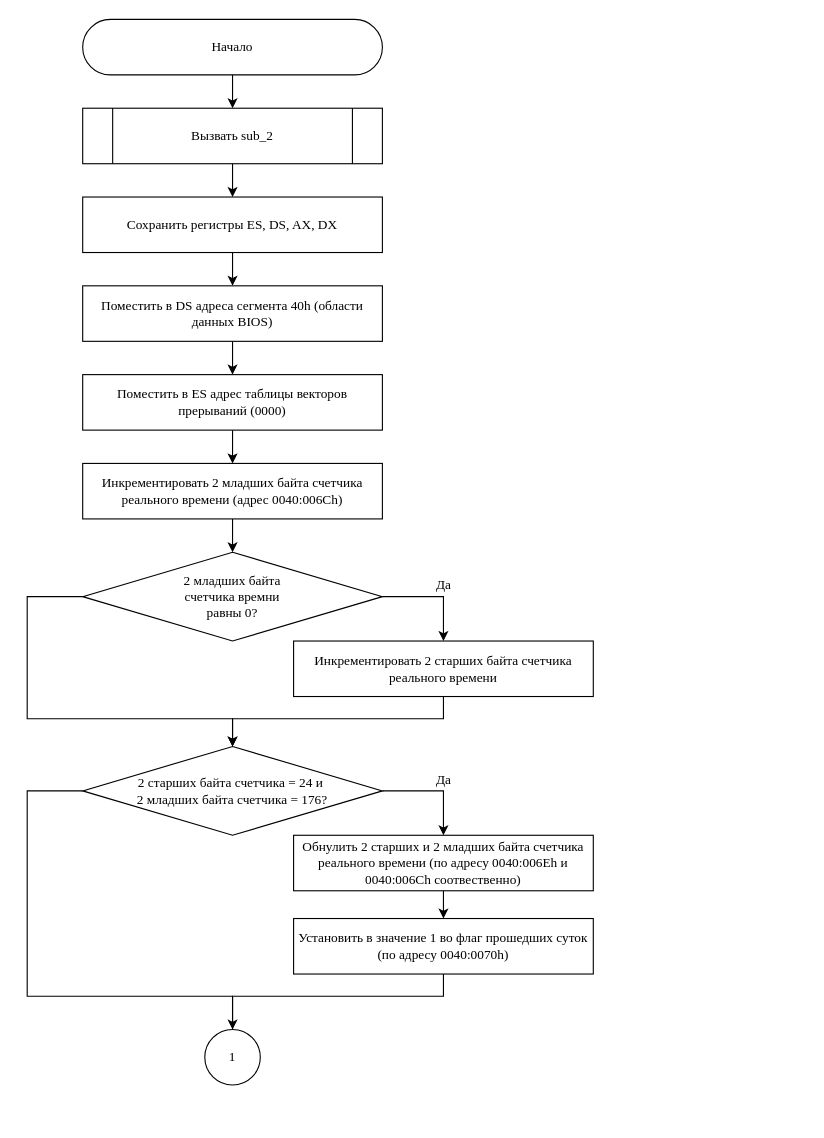
Before: page "Page-1" (1 of 2) of lab-01/INT8.drawio in xanderkov/ics7-os, a draw.io diagram. Source tidied: cells renumbered, new cells numbered last; positions are measured from the earlier drawing's top-left corner, leaving out a move shared by most shapes. Both pictures are drawn from the tidied source at 111%, with x=0, y=0 at pixel (27, 19).
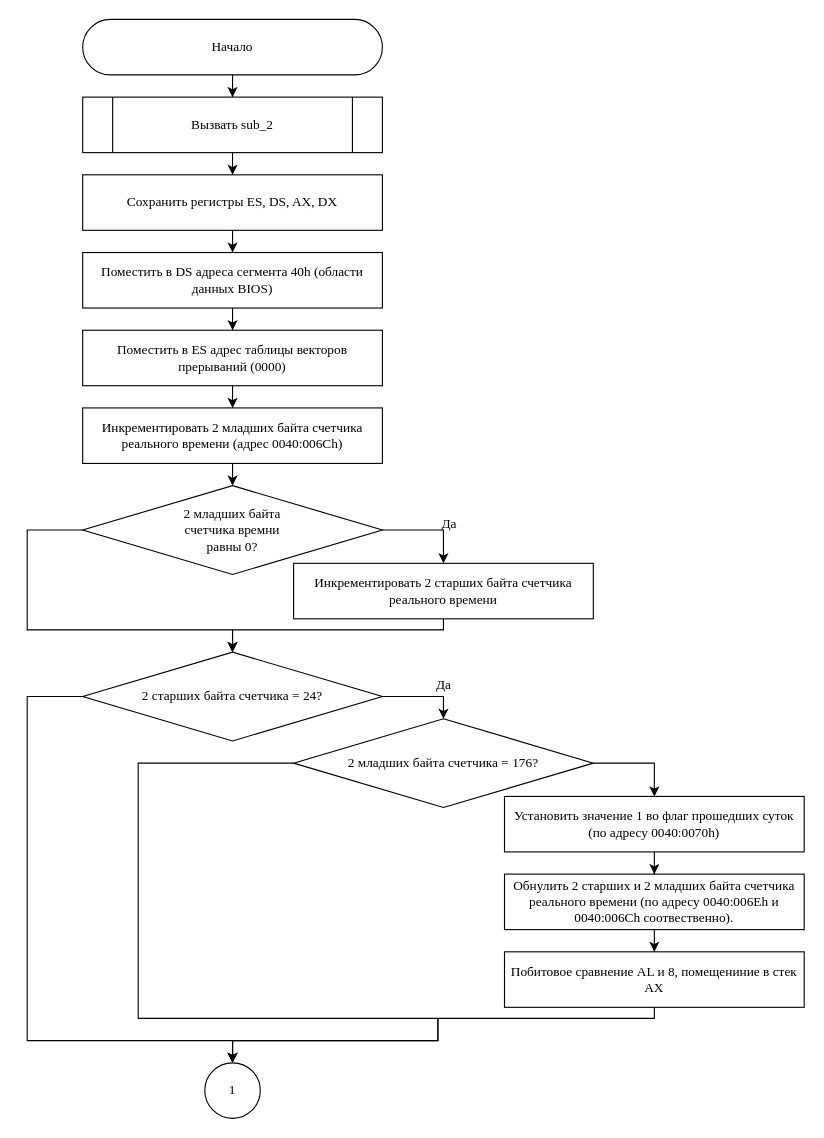
After the change.

The edit, as a diff of the source:
```diff
@@
     <mxCell id="5" value="Вызвать sub_2" style="shape=process;whiteSpace=wrap;html=1;backgroundOutline=1;rounded=1;arcSize=0;fontFamily=Times New Roman;" parent="1" vertex="1">
-      <mxGeometry x="50" y="80" width="270" height="50" as="geometry" />
+      <mxGeometry x="50" y="70" width="270" height="50" as="geometry" />
     </mxCell>
@@
     <mxCell id="7" value="Сохранить регистры ES, DS, AX, DX" style="rounded=1;whiteSpace=wrap;html=1;fontFamily=Times New Roman;arcSize=0;" parent="1" vertex="1">
-      <mxGeometry x="50" y="160" width="270" height="50" as="geometry" />
+      <mxGeometry x="50" y="140" width="270" height="50" as="geometry" />
     </mxCell>
@@
     <mxCell id="9" value="Поместить в DS адреса сегмента 40h (области данных BIOS)" style="rounded=1;whiteSpace=wrap;html=1;fontFamily=Times New Roman;arcSize=0;" parent="1" vertex="1">
-      <mxGeometry x="50" y="240" width="270" height="50" as="geometry" />
+      <mxGeometry x="50" y="210" width="270" height="50" as="geometry" />
     </mxCell>
@@
     <mxCell id="11" value="Поместить в ES адрес таблицы векторов прерываний (0000)" style="rounded=1;whiteSpace=wrap;html=1;fontFamily=Times New Roman;arcSize=0;" parent="1" vertex="1">
-      <mxGeometry x="50" y="320" width="270" height="50" as="geometry" />
+      <mxGeometry x="50" y="280" width="270" height="50" as="geometry" />
     </mxCell>
@@
     <mxCell id="13" value="Инкрементировать 2 младших байта счетчика реального времени (адрес 0040:006Ch)" style="rounded=1;whiteSpace=wrap;html=1;fontFamily=Times New Roman;arcSize=0;" parent="1" vertex="1">
-      <mxGeometry x="50" y="400" width="270" height="50" as="geometry" />
+      <mxGeometry x="50" y="350" width="270" height="50" as="geometry" />
     </mxCell>
     <mxCell id="14" style="edgeStyle=orthogonalEdgeStyle;rounded=0;jettySize=auto;html=1;entryX=0.5;entryY=0;entryDx=0;entryDy=0;fontFamily=Times New Roman;" parent="1" edge="1" source="16" target="18">
       <mxGeometry relative="1" as="geometry">
         <Array as="points">
-          <mxPoint x="375" y="520" />
+          <mxPoint x="375" y="460" />
         </Array>
       </mxGeometry>
     </mxCell>
     <mxCell id="15" style="edgeStyle=orthogonalEdgeStyle;rounded=0;jettySize=auto;html=1;entryX=0.5;entryY=0;entryDx=0;entryDy=0;fontFamily=Times New Roman;" parent="1" edge="1" source="16" target="22">
       <mxGeometry relative="1" as="geometry">
         <Array as="points">
-          <mxPoint y="520" />
-          <mxPoint y="630" />
-          <mxPoint x="185" y="630" />
+          <mxPoint y="460" />
+          <mxPoint y="550" />
+          <mxPoint x="185" y="550" />
         </Array>
       </mxGeometry>
     </mxCell>
     <mxCell id="16" value="&lt;div&gt;2 младших байта&lt;/div&gt;&lt;div&gt; счетчика времни &lt;br&gt;&lt;/div&gt;&lt;div&gt;равны 0?&lt;/div&gt;" style="rhombus;whiteSpace=wrap;html=1;fontFamily=Garamond;" parent="1" vertex="1">
-      <mxGeometry x="50" y="480" width="270" height="80" as="geometry" />
+      <mxGeometry x="50" y="420" width="270" height="80" as="geometry" />
     </mxCell>
     <mxCell id="17" style="edgeStyle=orthogonalEdgeStyle;rounded=0;jettySize=auto;html=1;entryX=0.5;entryY=0;entryDx=0;entryDy=0;fontFamily=Times New Roman;" parent="1" edge="1" source="18" target="22">
       <mxGeometry relative="1" as="geometry">
         <Array as="points">
-          <mxPoint x="375" y="630" />
-          <mxPoint x="185" y="630" />
+          <mxPoint x="375" y="550" />
+          <mxPoint x="185" y="550" />
         </Array>
       </mxGeometry>
     </mxCell>
     <mxCell id="18" value="Инкрементировать 2 старших байта счетчика реального времени" style="rounded=1;whiteSpace=wrap;html=1;fontFamily=Times New Roman;arcSize=0;" parent="1" vertex="1">
-      <mxGeometry x="240" y="560" width="270" height="50" as="geometry" />
+      <mxGeometry x="240" y="490" width="270" height="50" as="geometry" />
     </mxCell>
     <mxCell id="19" value="Да" style="text;html=1;align=center;verticalAlign=middle;strokeColor=none;fillColor=none;fontFamily=Times New Roman;" parent="1" vertex="1">
-      <mxGeometry x="355" y="495" width="40" height="30" as="geometry" />
+      <mxGeometry x="360" y="440" width="40" height="30" as="geometry" />
     </mxCell>
-    <mxCell id="20" style="edgeStyle=orthogonalEdgeStyle;rounded=0;jettySize=auto;html=1;entryX=0.5;entryY=0;entryDx=0;entryDy=0;fontFamily=Times New Roman;" parent="1" edge="1" source="22" target="24">
-      <mxGeometry relative="1" as="geometry">
-        <Array as="points">
-          <mxPoint x="375" y="695" />
-        </Array>
-      </mxGeometry>
-    </mxCell>
-    <mxCell id="21" style="edgeStyle=orthogonalEdgeStyle;rounded=0;jettySize=auto;html=1;entryX=0.5;entryY=0;entryDx=0;entryDy=0;fontFamily=Times New Roman;" parent="1" edge="1" source="22">
-      <mxGeometry relative="1" as="geometry">
-        <mxPoint x="185" y="950" as="targetPoint" />
-        <Array as="points">
-          <mxPoint y="695" />
-          <mxPoint y="880" />
-          <mxPoint x="185" y="880" />
-        </Array>
-      </mxGeometry>
-    </mxCell>
+    <mxCell id="29" style="edgeStyle=orthogonalEdgeStyle;rounded=0;jettySize=auto;html=1;entryX=0.5;entryY=0;entryDx=0;entryDy=0;" parent="1" edge="1" source="22" target="35">
+      <mxGeometry relative="1" as="geometry">
+        <Array as="points">
+          <mxPoint x="375" y="610" />
+        </Array>
+      </mxGeometry>
+    </mxCell>
+    <mxCell id="30" style="edgeStyle=orthogonalEdgeStyle;rounded=0;jettySize=auto;html=1;entryX=0.5;entryY=0;entryDx=0;entryDy=0;" parent="1" edge="1" source="22" target="28">
+      <mxGeometry relative="1" as="geometry">
+        <Array as="points">
+          <mxPoint y="610" />
+          <mxPoint y="920" />
+          <mxPoint x="185" y="920" />
+        </Array>
+      </mxGeometry>
+    </mxCell>
-    <mxCell id="22" value="&lt;div&gt;2 cтарших байта счетчика = 24 и&amp;nbsp;&lt;/div&gt;&lt;div&gt;2 младших байта счетчика = 176?&lt;/div&gt;" style="rhombus;whiteSpace=wrap;html=1;fontFamily=Garamond;" parent="1" vertex="1">
-      <mxGeometry x="50" y="655" width="270" height="80" as="geometry" />
+    <mxCell id="22" value="2 cтарших байта счетчика = 24?" style="rhombus;whiteSpace=wrap;html=1;fontFamily=Garamond;" parent="1" vertex="1">
+      <mxGeometry x="50" y="570" width="270" height="80" as="geometry" />
     </mxCell>
-    <mxCell id="23" style="edgeStyle=orthogonalEdgeStyle;rounded=0;jettySize=auto;html=1;entryX=0.5;entryY=0;entryDx=0;entryDy=0;fontFamily=Times New Roman;" parent="1" edge="1" source="24" target="26">
-      <mxGeometry relative="1" as="geometry" />
-    </mxCell>
+    <mxCell id="31" style="edgeStyle=orthogonalEdgeStyle;rounded=0;jettySize=auto;html=1;entryX=0.5;entryY=0;entryDx=0;entryDy=0;" parent="1" edge="1" source="24" target="37">
+      <mxGeometry relative="1" as="geometry" />
+    </mxCell>
-    <mxCell id="24" value="Обнулить 2 старших и 2 младших байта счетчика реального времени (по адресу 0040:006Eh и 0040:006Ch соотвественно)" style="rounded=1;whiteSpace=wrap;html=1;fontFamily=Times New Roman;arcSize=0;" parent="1" vertex="1">
-      <mxGeometry x="240" y="735" width="270" height="50" as="geometry" />
+    <mxCell id="24" value="Обнулить 2 старших и 2 младших байта счетчика реального времени (по адресу 0040:006Eh и 0040:006Ch соотвественно)." style="rounded=1;whiteSpace=wrap;html=1;fontFamily=Times New Roman;arcSize=0;" parent="1" vertex="1">
+      <mxGeometry x="430" y="770" width="270" height="50" as="geometry" />
     </mxCell>
-    <mxCell id="25" style="edgeStyle=orthogonalEdgeStyle;rounded=0;jettySize=auto;html=1;entryX=0.5;entryY=0;entryDx=0;entryDy=0;fontFamily=Times New Roman;" parent="1" edge="1" source="26" target="28">
-      <mxGeometry relative="1" as="geometry">
-        <Array as="points">
-          <mxPoint x="375" y="880" />
-          <mxPoint x="185" y="880" />
-        </Array>
-      </mxGeometry>
-    </mxCell>
+    <mxCell id="32" style="edgeStyle=orthogonalEdgeStyle;rounded=0;jettySize=auto;html=1;entryX=0.5;entryY=0;entryDx=0;entryDy=0;" parent="1" edge="1" source="26" target="24">
+      <mxGeometry relative="1" as="geometry" />
+    </mxCell>
-    <mxCell id="26" value="Установить в значение 1 во флаг прошедших суток (по адресу 0040:0070h)" style="rounded=1;whiteSpace=wrap;html=1;fontFamily=Times New Roman;arcSize=0;" parent="1" vertex="1">
-      <mxGeometry x="240" y="810" width="270" height="50" as="geometry" />
+    <mxCell id="26" value="Установить значение 1 во флаг прошедших суток (по адресу 0040:0070h)" style="rounded=1;whiteSpace=wrap;html=1;fontFamily=Times New Roman;arcSize=0;" parent="1" vertex="1">
+      <mxGeometry x="430" y="700" width="270" height="50" as="geometry" />
     </mxCell>
     <mxCell id="27" value="Да" style="text;html=1;align=center;verticalAlign=middle;strokeColor=none;fillColor=none;fontFamily=Times New Roman;" parent="1" vertex="1">
-      <mxGeometry x="355" y="670" width="40" height="30" as="geometry" />
+      <mxGeometry x="355" y="585" width="40" height="30" as="geometry" />
     </mxCell>
     <mxCell id="28" value="1" style="ellipse;whiteSpace=wrap;html=1;fontFamily=Garamond;" parent="1" vertex="1">
-      <mxGeometry x="160" y="910" width="50" height="50" as="geometry" />
+      <mxGeometry x="160" y="940" width="50" height="50" as="geometry" />
     </mxCell>
+    <mxCell id="33" style="edgeStyle=orthogonalEdgeStyle;rounded=0;jettySize=auto;html=1;entryX=0.5;entryY=0;entryDx=0;entryDy=0;" parent="1" edge="1" source="35" target="26">
+      <mxGeometry relative="1" as="geometry">
+        <Array as="points">
+          <mxPoint x="565" y="670" />
+        </Array>
+      </mxGeometry>
+    </mxCell>
+    <mxCell id="34" style="edgeStyle=orthogonalEdgeStyle;rounded=0;jettySize=auto;html=1;entryX=0.5;entryY=0;entryDx=0;entryDy=0;" parent="1" edge="1" source="35" target="28">
+      <mxGeometry relative="1" as="geometry">
+        <Array as="points">
+          <mxPoint x="100" y="670" />
+          <mxPoint x="100" y="900" />
+          <mxPoint x="370" y="900" />
+          <mxPoint x="370" y="920" />
+          <mxPoint x="185" y="920" />
+        </Array>
+      </mxGeometry>
+    </mxCell>
+    <mxCell id="35" value="&lt;div&gt;&lt;span style=&quot;background-color: initial;&quot;&gt;2 младших байта счетчика = 176?&lt;/span&gt;&lt;br&gt;&lt;/div&gt;" style="rhombus;whiteSpace=wrap;html=1;fontFamily=Garamond;" parent="1" vertex="1">
+      <mxGeometry x="240" y="630" width="270" height="80" as="geometry" />
+    </mxCell>
+    <mxCell id="36" style="edgeStyle=orthogonalEdgeStyle;rounded=0;jettySize=auto;html=1;entryX=0.5;entryY=0;entryDx=0;entryDy=0;" parent="1" edge="1" source="37" target="28">
+      <mxGeometry relative="1" as="geometry">
+        <Array as="points">
+          <mxPoint x="565" y="900" />
+          <mxPoint x="370" y="900" />
+          <mxPoint x="370" y="920" />
+          <mxPoint x="185" y="920" />
+        </Array>
+      </mxGeometry>
+    </mxCell>
+    <mxCell id="37" value="Побитовое сравнение AL и 8, помещениние в стек AX" style="rounded=1;whiteSpace=wrap;html=1;fontFamily=Times New Roman;arcSize=0;" parent="1" vertex="1">
+      <mxGeometry x="430" y="840" width="270" height="50" as="geometry" />
+    </mxCell>
```
